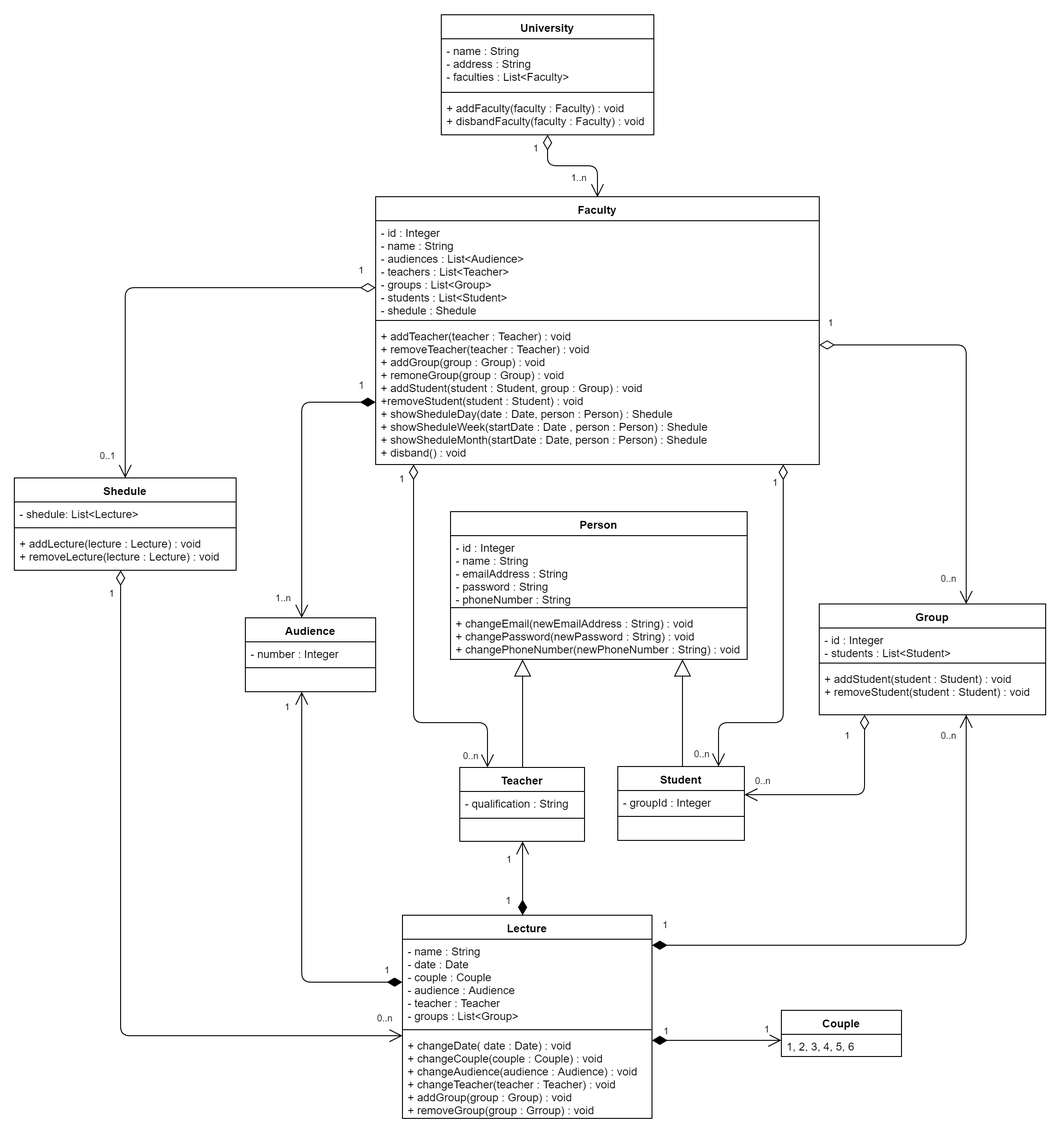
Above: University.png in MaxValencio/university (draw.io), before the change. Source tidied: cells renumbered, new cells last; positions are measured from the earlier drawing's top-left corner, leaving out a move shared by most shapes.
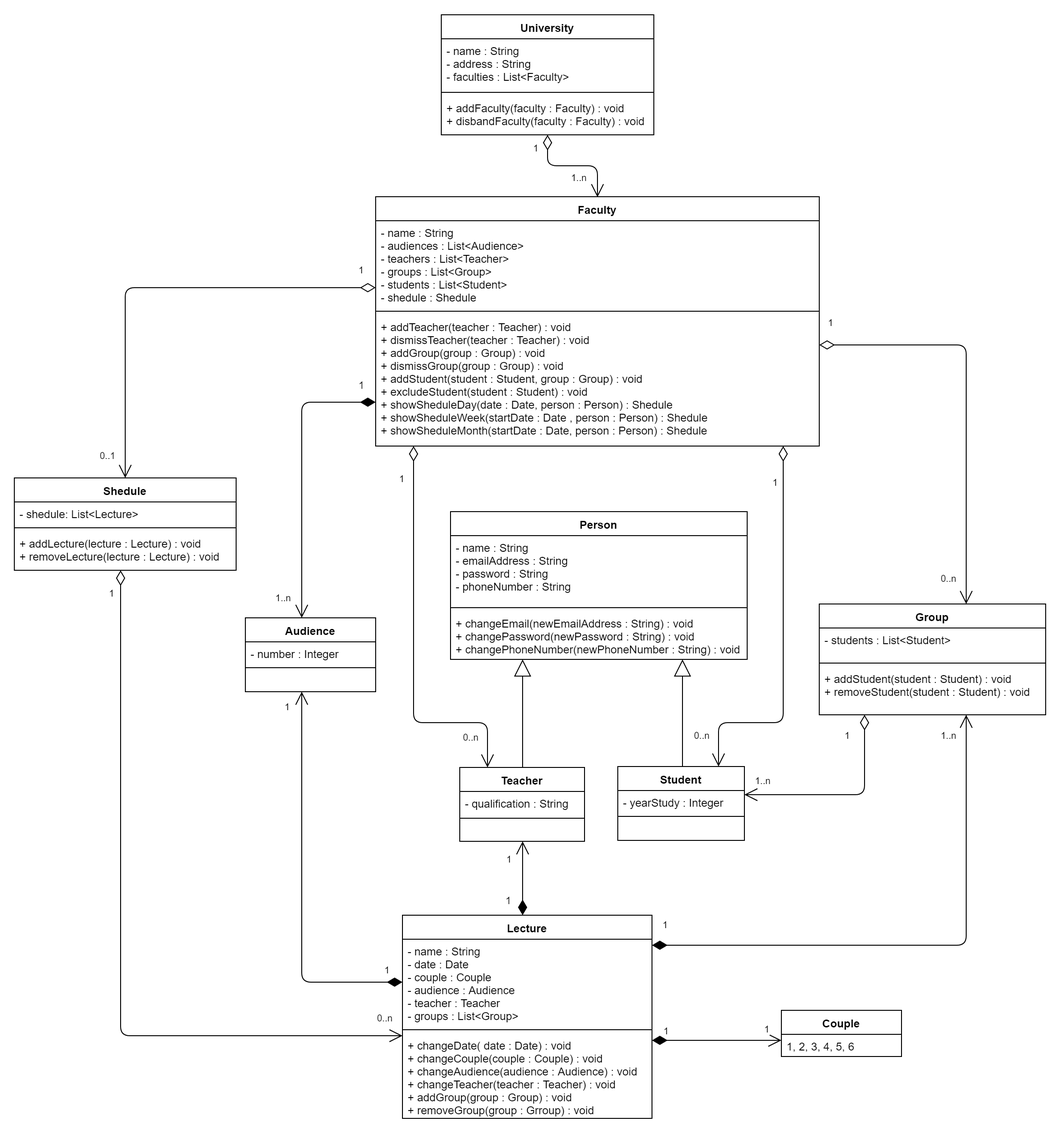
After the change.

Diff of the diagram source:
```diff
@@ -3,16 +3,16 @@
     <mxCell id="0" />
     <mxCell id="1" parent="0" />
     <mxCell id="2" value="Faculty" style="swimlane;fontStyle=1;align=center;verticalAlign=top;horizontal=1;startSize=26;" parent="1" vertex="1">
-      <mxGeometry x="391" y="197.5" width="480" height="290" as="geometry" />
+      <mxGeometry x="391" y="197.5" width="480" height="270" as="geometry" />
     </mxCell>
-    <mxCell id="3" value="- id : Integer&#10;- name : String&#10;- audiences : List&lt;Audience&gt;&#10;- teachers : List&lt;Teacher&gt;&#10;- groups : List&lt;Group&gt;&#10;- students : List&lt;Student&gt;&#10;- shedule : Shedule&#10;&#10;" style="text;strokeColor=none;fillColor=none;align=left;verticalAlign=top;spacingLeft=4;spacingRight=4;overflow=hidden;" parent="2" vertex="1">
-      <mxGeometry y="26" width="480" height="104" as="geometry" />
+    <mxCell id="3" value="- name : String&#10;- audiences : List&lt;Audience&gt;&#10;- teachers : List&lt;Teacher&gt;&#10;- groups : List&lt;Group&gt;&#10;- students : List&lt;Student&gt;&#10;- shedule : Shedule&#10;&#10;" style="text;strokeColor=none;fillColor=none;align=left;verticalAlign=top;spacingLeft=4;spacingRight=4;overflow=hidden;" parent="2" vertex="1">
+      <mxGeometry y="26" width="480" height="94" as="geometry" />
     </mxCell>
     <mxCell id="4" style="line;strokeWidth=1;fillColor=none;align=left;verticalAlign=middle;spacingTop=-1;spacingLeft=3;spacingRight=3;labelPosition=right;" parent="2" vertex="1">
-      <mxGeometry y="130" width="480" height="8" as="geometry" />
+      <mxGeometry y="120" width="480" height="8" as="geometry" />
     </mxCell>
-    <mxCell id="5" value="+ addTeacher(teacher : Teacher) : void&#10;+ removeTeacher(teacher : Teacher) : void&#10;+ addGroup(group : Group) : void&#10;+ remoneGroup(group : Group) : void&#10;+ addStudent(student : Student, group : Group) : void&#10;+removeStudent(student : Student) : void&#10;+ showSheduleDay(date : Date, person : Person) : Shedule&#10;+ showSheduleWeek(startDate : Date , person : Person) : Shedule&#10;+ showSheduleMonth(startDate : Date, person : Person) : Shedule&#10;+ disband() : void  " style="text;strokeColor=none;fillColor=none;align=left;verticalAlign=top;spacingLeft=4;spacingRight=4;overflow=hidden;" parent="2" vertex="1">
-      <mxGeometry y="138" width="480" height="152" as="geometry" />
+    <mxCell id="5" value="+ addTeacher(teacher : Teacher) : void&#10;+ dismissTeacher(teacher : Teacher) : void&#10;+ addGroup(group : Group) : void&#10;+ dismissGroup(group : Group) : void&#10;+ addStudent(student : Student, group : Group) : void&#10;+ excludeStudent(student : Student) : void&#10;+ showSheduleDay(date : Date, person : Person) : Shedule&#10;+ showSheduleWeek(startDate : Date , person : Person) : Shedule&#10;+ showSheduleMonth(startDate : Date, person : Person) : Shedule&#10;" style="text;strokeColor=none;fillColor=none;align=left;verticalAlign=top;spacingLeft=4;spacingRight=4;overflow=hidden;" parent="2" vertex="1">
+      <mxGeometry y="128" width="480" height="142" as="geometry" />
     </mxCell>
     <mxCell id="6" value="Shedule" style="swimlane;fontStyle=1;align=center;verticalAlign=top;horizontal=1;startSize=26;" parent="1" vertex="1">
       <mxGeometry y="502" width="240" height="100" as="geometry" />
@@ -29,7 +29,7 @@
     <mxCell id="10" value="Group" style="swimlane;fontStyle=1;align=center;verticalAlign=top;horizontal=1;startSize=26;" parent="1" vertex="1">
       <mxGeometry x="871" y="638.5" width="245" height="120" as="geometry" />
     </mxCell>
-    <mxCell id="11" value="- id : Integer&#10;- students : List&lt;Student&gt;&#10;" style="text;strokeColor=none;fillColor=none;align=left;verticalAlign=top;spacingLeft=4;spacingRight=4;overflow=hidden;" parent="10" vertex="1">
+    <mxCell id="11" value="- students : List&lt;Student&gt;&#10;" style="text;strokeColor=none;fillColor=none;align=left;verticalAlign=top;spacingLeft=4;spacingRight=4;overflow=hidden;" parent="10" vertex="1">
       <mxGeometry y="26" width="245" height="34" as="geometry" />
     </mxCell>
     <mxCell id="12" style="line;strokeWidth=1;fillColor=none;align=left;verticalAlign=middle;spacingTop=-1;spacingLeft=3;spacingRight=3;labelPosition=right;" parent="10" vertex="1">
@@ -83,7 +83,7 @@
     <mxCell id="28" value="Student" style="swimlane;fontStyle=1;align=center;verticalAlign=top;horizontal=1;startSize=26;" parent="1" vertex="1">
       <mxGeometry x="653" y="814.5" width="137" height="80" as="geometry" />
     </mxCell>
-    <mxCell id="29" value="- groupId : Integer" style="text;strokeColor=none;fillColor=none;align=left;verticalAlign=top;spacingLeft=4;spacingRight=4;overflow=hidden;" parent="28" vertex="1">
+    <mxCell id="29" value="- yearStudy : Integer" style="text;strokeColor=none;fillColor=none;align=left;verticalAlign=top;spacingLeft=4;spacingRight=4;overflow=hidden;" parent="28" vertex="1">
       <mxGeometry y="26" width="137" height="24" as="geometry" />
     </mxCell>
     <mxCell id="30" style="line;strokeWidth=1;fillColor=none;align=left;verticalAlign=middle;spacingTop=-1;spacingLeft=3;spacingRight=3;labelPosition=right;" parent="28" vertex="1">
@@ -95,7 +95,7 @@
     <mxCell id="32" value="Person" style="swimlane;fontStyle=1;align=center;verticalAlign=top;horizontal=1;startSize=26;swimlaneLine=1;glass=0;comic=0;shadow=0;rounded=0;" parent="1" vertex="1">
       <mxGeometry x="472" y="538.5" width="321" height="160" as="geometry" />
     </mxCell>
-    <mxCell id="33" value="- id : Integer&#10;- name : String&#10;- emailAddress : String&#10;- password : String&#10;- phoneNumber : String&#10;" style="text;strokeColor=none;fillColor=none;align=left;verticalAlign=top;spacingLeft=4;spacingRight=4;overflow=hidden;" parent="32" vertex="1">
+    <mxCell id="33" value="- name : String&#10;- emailAddress : String&#10;- password : String&#10;- phoneNumber : String&#10;" style="text;strokeColor=none;fillColor=none;align=left;verticalAlign=top;spacingLeft=4;spacingRight=4;overflow=hidden;" parent="32" vertex="1">
       <mxGeometry y="26" width="321" height="74" as="geometry" />
     </mxCell>
     <mxCell id="34" style="line;strokeWidth=1;fillColor=none;align=left;verticalAlign=middle;spacingTop=-1;spacingLeft=3;spacingRight=3;labelPosition=right;" parent="32" vertex="1">
@@ -221,7 +221,7 @@
         </Array>
       </mxGeometry>
     </mxCell>
-    <mxCell id="57" value="0..n" style="html=1;align=left;verticalAlign=top;labelBackgroundColor=#ffffff;fontSize=10;" parent="56" vertex="1">
+    <mxCell id="57" value="1..n" style="html=1;align=left;verticalAlign=top;labelBackgroundColor=#ffffff;fontSize=10;" parent="56" vertex="1">
       <mxGeometry x="-1" relative="1" as="geometry">
         <mxPoint x="-72" y="459" as="offset" />
       </mxGeometry>
@@ -315,7 +315,7 @@
         <mxPoint x="361.5" y="634.5" as="offset" />
       </mxGeometry>
     </mxCell>
-    <mxCell id="74" value="0..n" style="html=1;align=left;verticalAlign=top;labelBackgroundColor=#ffffff;fontSize=10;" parent="1" vertex="1">
+    <mxCell id="74" value="1..n" style="html=1;align=left;verticalAlign=top;labelBackgroundColor=#ffffff;fontSize=10;" parent="1" vertex="1">
       <mxGeometry x="-1" relative="1" as="geometry">
         <mxPoint x="1060" y="783.5" as="offset" />
       </mxGeometry>
```
